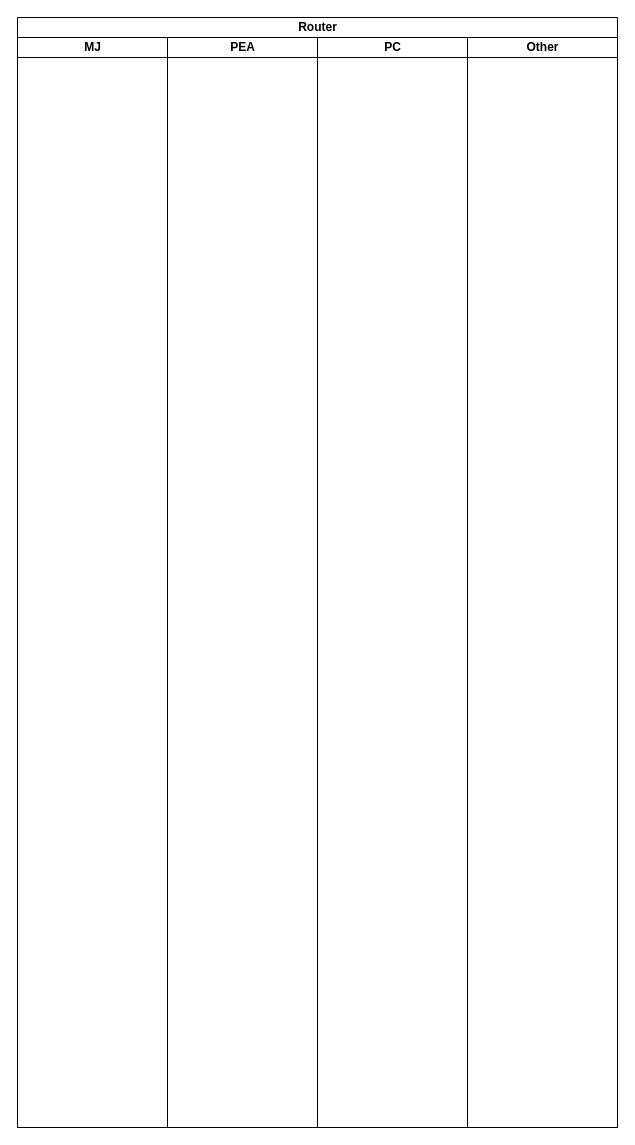
The draw.io diagram Router.drawio in mookeng49/Flowchart, before the edit. Source tidied: cells renumbered, new cells numbered last; positions are measured from the earlier drawing's top-left corner, leaving out a move shared by most shapes. Both pictures are drawn from the tidied source at 100%, with x=0, y=0 at pixel (17, 17).
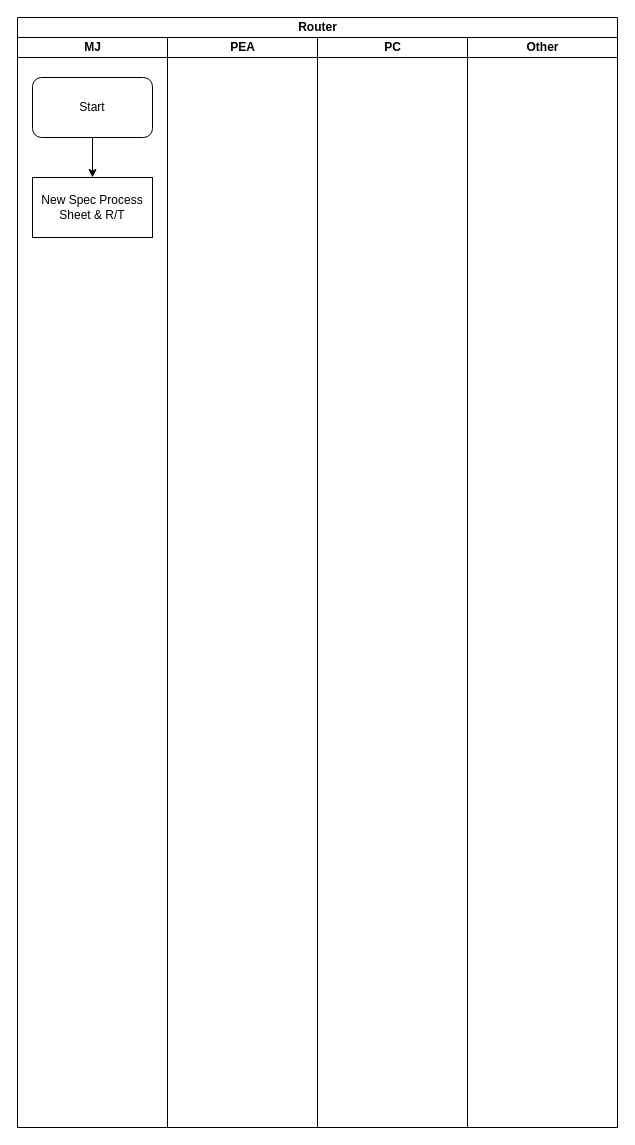
Above is the later version.

Change to the diagram source:
```diff
@@
 <mxGraphModel>
   <root>
     <mxCell id="0" />
     <mxCell id="1" parent="0" />
     <mxCell id="2" value="Router" style="swimlane;html=1;startSize=20;" parent="1" vertex="1">
       <mxGeometry width="600" height="1110" as="geometry" />
     </mxCell>
     <mxCell id="3" value="MJ" style="swimlane;html=1;startSize=20;" parent="2" vertex="1">
       <mxGeometry y="20" width="150" height="1090" as="geometry" />
     </mxCell>
+    <mxCell id="7" value="New Spec Process Sheet &amp;amp; R/T" style="rounded=0;whiteSpace=wrap;html=1;" parent="3" vertex="1">
+      <mxGeometry x="15" y="140" width="120" height="60" as="geometry" />
+    </mxCell>
+    <mxCell id="8" style="edgeStyle=orthogonalEdgeStyle;rounded=0;jettySize=auto;html=1;" parent="3" edge="1" source="9" target="7">
+      <mxGeometry relative="1" as="geometry" />
+    </mxCell>
+    <mxCell id="9" value="Start" style="rounded=1;whiteSpace=wrap;html=1;" parent="3" vertex="1">
+      <mxGeometry x="15" y="40" width="120" height="60" as="geometry" />
+    </mxCell>
     <mxCell id="4" value="PEA" style="swimlane;html=1;startSize=20;" parent="2" vertex="1">
       <mxGeometry x="150" y="20" width="150" height="1090" as="geometry" />
     </mxCell>
     <mxCell id="5" value="PC" style="swimlane;html=1;startSize=20;" parent="2" vertex="1">
       <mxGeometry x="300" y="20" width="150" height="1090" as="geometry" />
     </mxCell>
     <mxCell id="6" value="Other" style="swimlane;html=1;startSize=20;" parent="2" vertex="1">
       <mxGeometry x="450" y="20" width="150" height="1090" as="geometry" />
     </mxCell>
   </root>
 </mxGraphModel>
```
